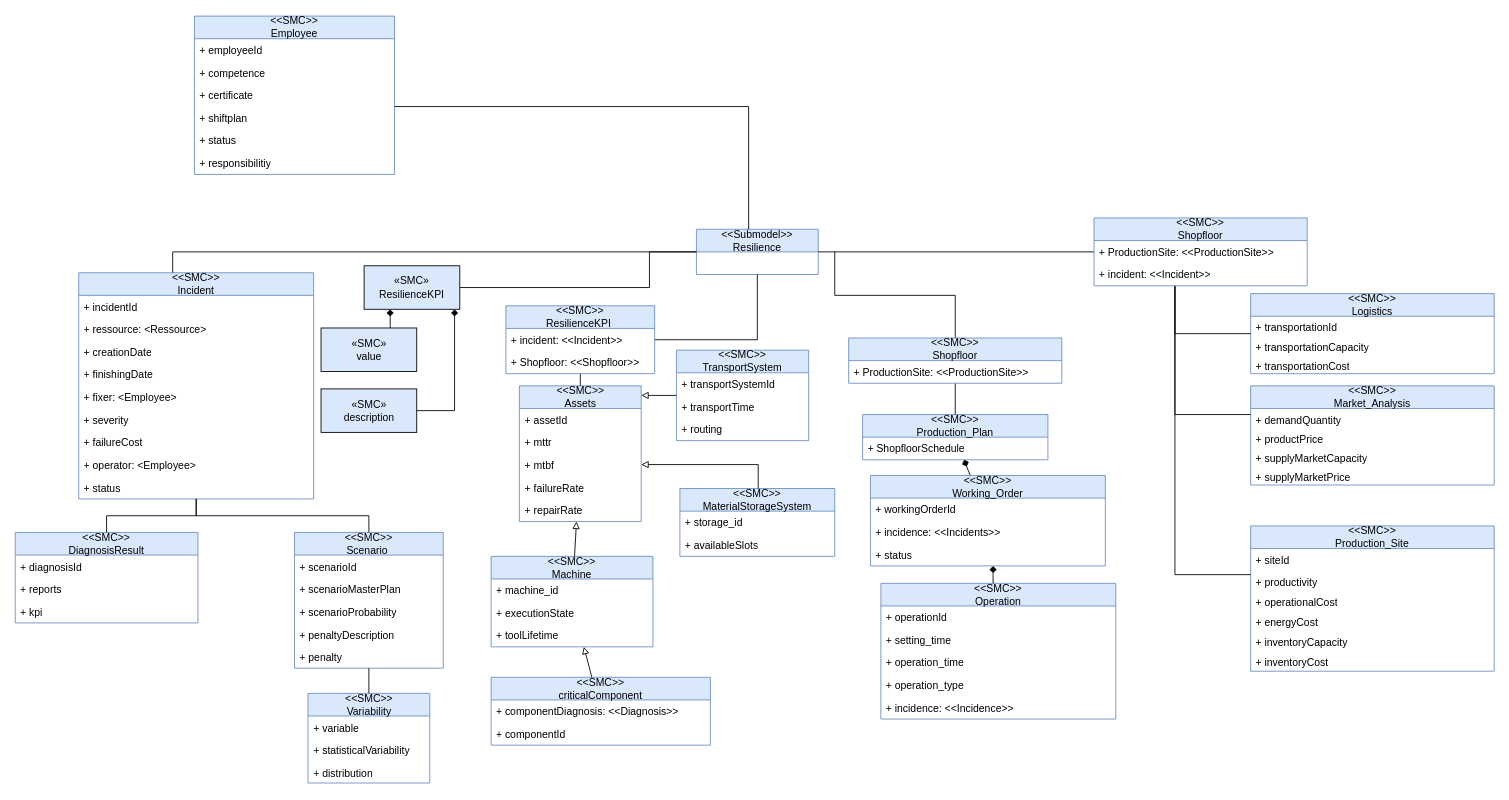
This is ResilienceDataModelUML.drawio from Gintoki-satoru/resilience-data-model, a draw.io file, before an edit. Source tidied: cells renumbered, new cells numbered last; positions are measured from the earlier drawing's top-left corner, leaving out a move shared by most shapes. Both pictures are drawn from the tidied source at 87%, with x=0, y=0 at pixel (15, 16).
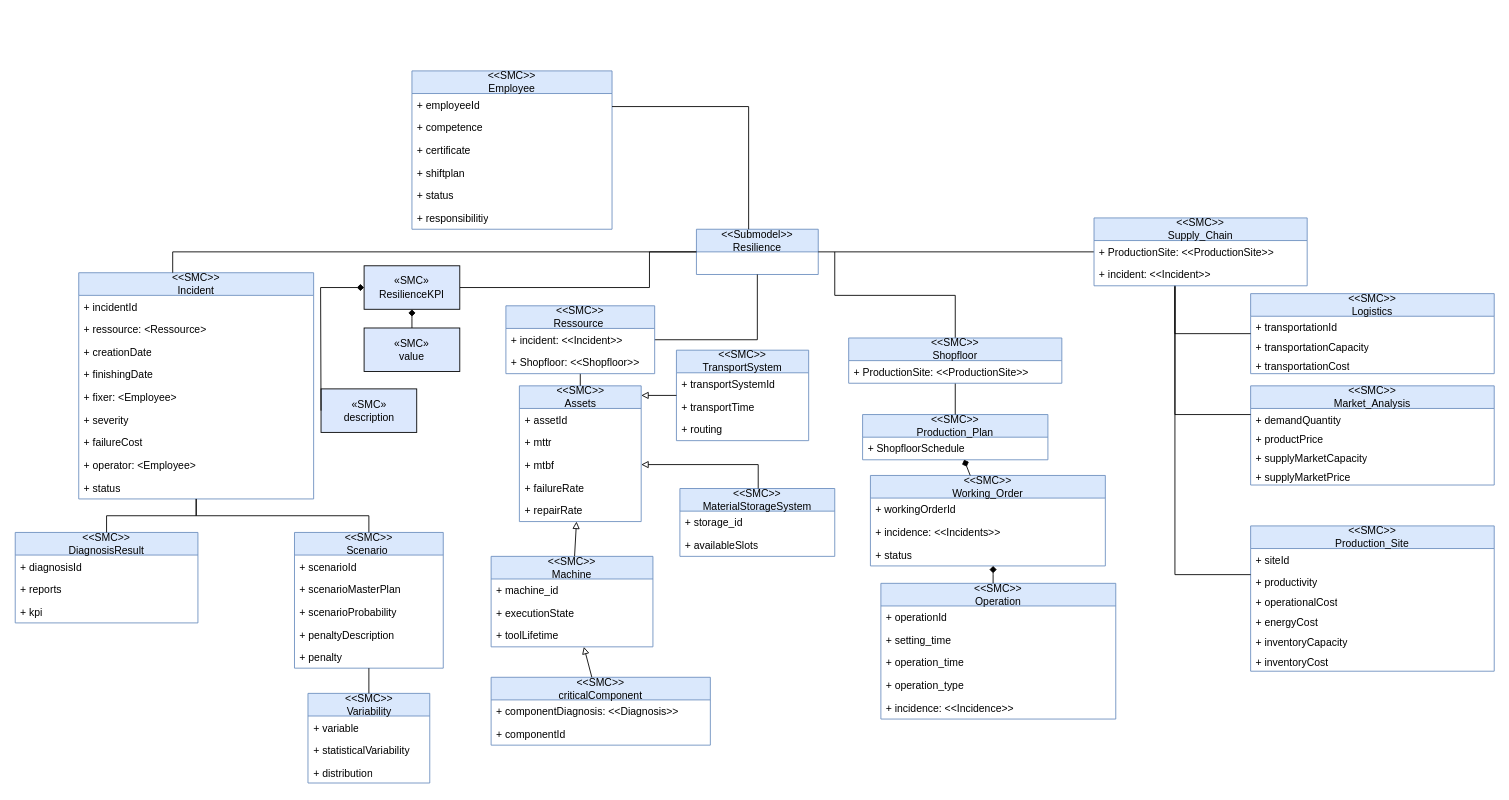
The same diagram, later.

The edit, as a diff of the source:
```diff
@@
     <mxCell id="24" value="&amp;lt;&amp;lt;SMC&amp;gt;&amp;gt;&lt;br&gt;Employee" style="swimlane;fontStyle=0;horizontal=1;startSize=26;fillColor=#dae8fc;whiteSpace=wrap;html=1;strokeColor=#6c8ebf;" parent="1" vertex="1">
-      <mxGeometry x="206" width="230" height="182" as="geometry" />
+      <mxGeometry x="456" y="63" width="230" height="182" as="geometry" />
     </mxCell>
@@
-    <mxCell id="98" value="«SMC»&lt;br&gt;value" style="html=1;whiteSpace=wrap;fillColor=light-dark(#dae8fc, #ededed);" parent="1" vertex="1">
-      <mxGeometry x="351.5" y="358.5" width="110" height="50" as="geometry" />
+    <mxCell id="98" value="«SMC»&lt;br&gt;value" style="html=1;whiteSpace=wrap;fillColor=#dce8fd;" parent="1" vertex="1">
+      <mxGeometry x="401" y="358.5" width="110" height="50" as="geometry" />
     </mxCell>
-    <mxCell id="99" value="«SMC»&lt;br&gt;description" style="html=1;whiteSpace=wrap;fillColor=light-dark(#dae8fc, #ededed);" parent="1" vertex="1">
+    <mxCell id="99" value="«SMC»&lt;br&gt;description" style="html=1;whiteSpace=wrap;fillColor=#dce8fd;" parent="1" vertex="1">
       <mxGeometry x="351.5" y="428.5" width="110" height="50" as="geometry" />
     </mxCell>
@@
     <mxCell id="101" style="rounded=0;jettySize=auto;html=1;endArrow=diamond;endFill=1;edgeStyle=elbowEdgeStyle;" parent="1" edge="1" source="99" target="105">
       <mxGeometry relative="1" as="geometry">
         <Array as="points">
-          <mxPoint x="505" y="407.5" />
+          <mxPoint x="351" y="387" />
         </Array>
       </mxGeometry>
     </mxCell>
-    <mxCell id="102" value="&amp;lt;&amp;lt;SMC&amp;gt;&amp;gt;&lt;br&gt;ResilienceKPI&amp;nbsp;" style="swimlane;fontStyle=0;horizontal=1;startSize=26;fillColor=#dae8fc;whiteSpace=wrap;html=1;strokeColor=#6c8ebf;" parent="1" vertex="1">
+    <mxCell id="102" value="&amp;lt;&amp;lt;SMC&amp;gt;&amp;gt;&lt;br&gt;Ressource&amp;nbsp;" style="swimlane;fontStyle=0;horizontal=1;startSize=26;fillColor=#dae8fc;whiteSpace=wrap;html=1;strokeColor=#6c8ebf;" parent="1" vertex="1">
       <mxGeometry x="564" y="333" width="171" height="78" as="geometry" />
     </mxCell>
@@
-    <mxCell id="105" value="«SMC»&lt;br&gt;ResilienceKPI" style="html=1;whiteSpace=wrap;fillColor=light-dark(#dae8fc, #ededed);" parent="1" vertex="1">
+    <mxCell id="105" value="«SMC»&lt;br&gt;ResilienceKPI" style="html=1;whiteSpace=wrap;fillColor=#dce8fd;" parent="1" vertex="1">
       <mxGeometry x="401" y="287" width="110" height="50" as="geometry" />
     </mxCell>
@@
-    <mxCell id="112" value="&amp;lt;&amp;lt;SMC&amp;gt;&amp;gt;&lt;div&gt;Shopfloor&lt;/div&gt;" style="swimlane;fontStyle=0;horizontal=1;startSize=26;fillColor=#dae8fc;whiteSpace=wrap;html=1;strokeColor=#6c8ebf;" parent="1" vertex="1">
+    <mxCell id="112" value="&amp;lt;&amp;lt;SMC&amp;gt;&amp;gt;&lt;div&gt;Supply_Chain&lt;/div&gt;" style="swimlane;fontStyle=0;horizontal=1;startSize=26;fillColor=#dae8fc;whiteSpace=wrap;html=1;strokeColor=#6c8ebf;" parent="1" vertex="1">
       <mxGeometry x="1240" y="232" width="245" height="78" as="geometry" />
     </mxCell>
```
